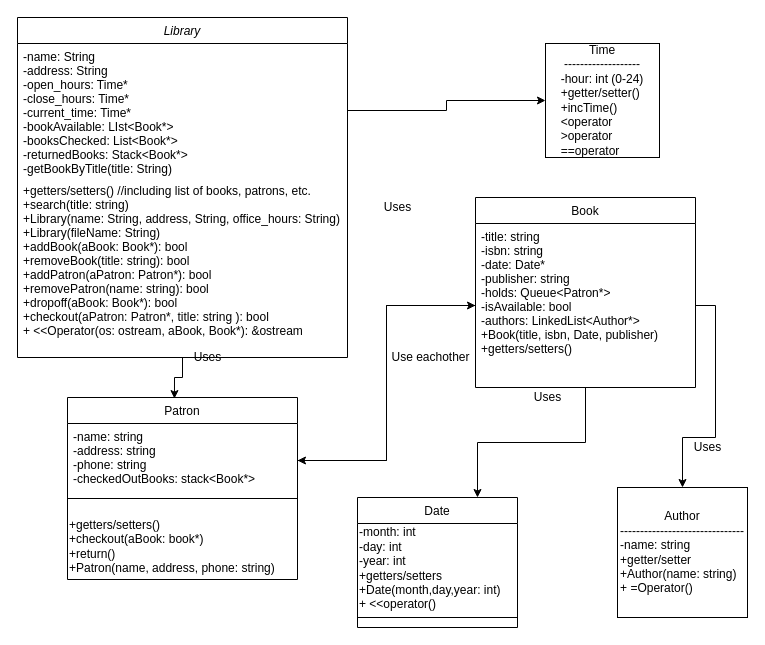
matthewstarkey/PA_CSCI2421 keeps this draw.io diagram as PALibraryUML.drawio. Above is the earlier version. Source tidied: cells renumbered, new cells numbered last; positions are measured from the earlier drawing's top-left corner, leaving out a move shared by most shapes. Both pictures are drawn from the tidied source at 100%, with x=0, y=0 at pixel (17, 17).
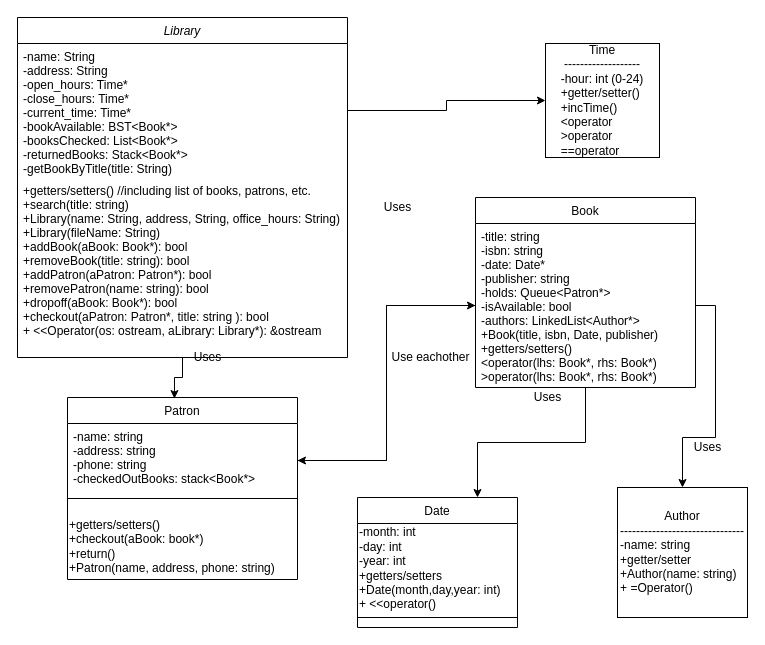
Above is the later version.

Unchanged cells that the change refers to:
```xml
<mxCell id="3" value="Library" style="swimlane;fontStyle=2;align=center;verticalAlign=top;horizontal=1;startSize=26;rounded=0;shadow=0;strokeWidth=1;" parent="1" vertex="1">
  <mxGeometry width="330" height="340" as="geometry" />
</mxCell>
<mxCell id="15" value="Book" style="swimlane;fontStyle=0;align=center;verticalAlign=top;horizontal=1;startSize=26;rounded=0;shadow=0;strokeWidth=1;" parent="1" vertex="1">
  <mxGeometry x="458" y="180" width="220" height="190" as="geometry" />
</mxCell>
```

The edit, as a diff of the source:
```diff
@@
-    <mxCell id="4" value="-name: String&#10;-address: String&#10;-open_hours: Time*&#10;-close_hours: Time*&#10;-current_time: Time*&#10;-bookAvailable: LIst&lt;Book*&gt;&#10;-booksChecked: List&lt;Book*&gt;&#10;-returnedBooks: Stack&lt;Book*&gt;&#10;-getBookByTitle(title: String)&#10;" style="text;align=left;verticalAlign=top;spacingLeft=4;spacingRight=4;overflow=hidden;points=[[0,0.5],[1,0.5]];portConstraint=eastwest;" parent="3" vertex="1">
+    <mxCell id="4" value="-name: String&#10;-address: String&#10;-open_hours: Time*&#10;-close_hours: Time*&#10;-current_time: Time*&#10;-bookAvailable: BST&lt;Book*&gt;&#10;-booksChecked: List&lt;Book*&gt;&#10;-returnedBooks: Stack&lt;Book*&gt;&#10;-getBookByTitle(title: String)&#10;" style="text;align=left;verticalAlign=top;spacingLeft=4;spacingRight=4;overflow=hidden;points=[[0,0.5],[1,0.5]];portConstraint=eastwest;" parent="3" vertex="1">
       <mxGeometry y="26" width="330" height="134" as="geometry" />
     </mxCell>
@@
-    <mxCell id="6" value="+getters/setters() //including list of books, patrons, etc.&#10;+search(title: string)&#10;+Library(name: String, address, String, office_hours: String)&#10;+Library(fileName: String)&#10;+addBook(aBook: Book*): bool&#10;+removeBook(title: string): bool&#10;+addPatron(aPatron: Patron*): bool&#10;+removePatron(name: string): bool&#10;+dropoff(aBook: Book*): bool&#10;+checkout(aPatron: Patron*, title: string ): bool&#10;+ &lt;&lt;Operator(os: ostream, aBook, Book*): &amp;ostream&#10;" style="text;align=left;verticalAlign=top;spacingLeft=4;spacingRight=4;overflow=hidden;" parent="3" vertex="1">
+    <mxCell id="6" value="+getters/setters() //including list of books, patrons, etc.&#10;+search(title: string)&#10;+Library(name: String, address, String, office_hours: String)&#10;+Library(fileName: String)&#10;+addBook(aBook: Book*): bool&#10;+removeBook(title: string): bool&#10;+addPatron(aPatron: Patron*): bool&#10;+removePatron(name: string): bool&#10;+dropoff(aBook: Book*): bool&#10;+checkout(aPatron: Patron*, title: string ): bool&#10;+ &lt;&lt;Operator(os: ostream, aLibrary: Library*): &amp;ostream&#10;" style="text;align=left;verticalAlign=top;spacingLeft=4;spacingRight=4;overflow=hidden;" parent="3" vertex="1">
       <mxGeometry y="160" width="330" height="180" as="geometry" />
     </mxCell>
@@
-    <mxCell id="16" value="-title: string&#10;-isbn: string&#10;-date: Date*&#10;-publisher: string&#10;-holds: Queue&lt;Patron*&gt;&#10;-isAvailable: bool&#10;-authors: LinkedList&lt;Author*&gt;&#10;+Book(title, isbn, Date, publisher)&#10;+getters/setters()" style="text;align=left;verticalAlign=top;spacingLeft=4;spacingRight=4;overflow=hidden;points=[[0,0.5],[1,0.5]];portConstraint=eastwest;" parent="15" vertex="1">
+    <mxCell id="16" value="-title: string&#10;-isbn: string&#10;-date: Date*&#10;-publisher: string&#10;-holds: Queue&lt;Patron*&gt;&#10;-isAvailable: bool&#10;-authors: LinkedList&lt;Author*&gt;&#10;+Book(title, isbn, Date, publisher)&#10;+getters/setters()&#10;&lt;operator(lhs: Book*, rhs: Book*)&#10;&gt;operator(lhs: Book*, rhs: Book*)" style="text;align=left;verticalAlign=top;spacingLeft=4;spacingRight=4;overflow=hidden;points=[[0,0.5],[1,0.5]];portConstraint=eastwest;" parent="15" vertex="1">
       <mxGeometry y="26" width="220" height="164" as="geometry" />
     </mxCell>
```
